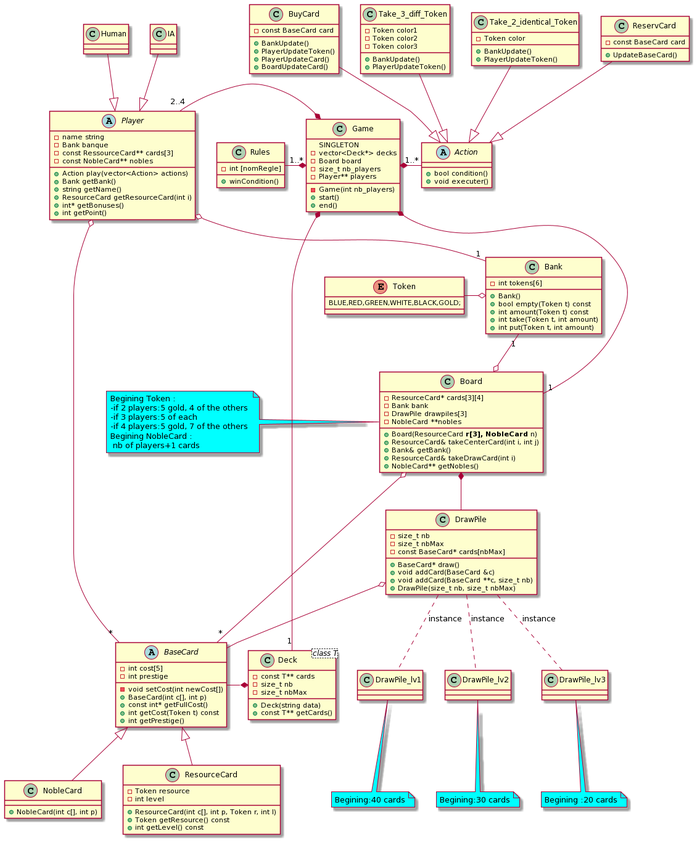
LeCodex/LO21-Splendor keeps this PlantUML diagram as UML.png. Above is the earlier version. The source it was exported from:
```plantuml
@startuml
abstract Player{
-name string
-Bank banque
-const RessourceCard** cards[3]
-const NobleCard** nobles
+Action play(vector<Action> actions)
+Bank getBank()
+string getName()
+ResourceCard getResourceCard(int i)
+int* getBonuses()
+int getPoint()
}

enum Token{
BLUE,RED,GREEN,WHITE,BLACK,GOLD;
}

class Bank {
-int tokens[6]
+Bank()
+bool empty(Token t) const
+int amount(Token t) const
+int take(Token t, int amount)
+int put(Token t, int amount)
}

abstract BaseCard{
-int cost[5]
-int prestige
-void setCost(int newCost[])
+BaseCard(int c[], int p)
+const int* getFullCost()
+int getCost(Token t) const
+int getPrestige()
}

class ResourceCard{
-Token resource
-int level
+ResourceCard(int c[], int p, Token r, int l)
+Token getResource() const
+int getLevel() const
}

class NobleCard{
+NobleCard(int c[], int p)
}

abstract Action{
+bool condition()
+void executer()
}

class Take_2_identical_Token{
-Token color
+BankUpdate()
+PlayerUpdateToken()
}

class ReservCard{
-const BaseCard card
+UpdateBaseCard()
}

class BuyCard{
-const BaseCard card
+BankUpdate()
+PlayerUpdateToken()
+PlayerUpdateCard()
+BoardUpdateCard()
}

class Take_3_diff_Token{
-Token color1
-Token color2
-Token color3
+BankUpdate()
+PlayerUpdateToken()
}

class DrawPile{
-size_t nb
-size_t nbMax
-const BaseCard* cards[nbMax]
+BaseCard* draw()
+void addCard(BaseCard &c)
+void addCard(BaseCard **c, size_t nb)
+DrawPile(size_t nb, size_t nbMax)
}

class Board{
-ResourceCard* cards[3][4]
-Bank bank
-DrawPile drawpiles[3]
-NobleCard **nobles
+Board(ResourceCard** r[3], NobleCard** n)
+ResourceCard& takeCenterCard(int i, int j)
+Bank& getBank()
+ResourceCard& takeDrawCard(int i)
+NobleCard** getNobles()
}

class Deck <class T>{
-const T** cards
-size_t nb
-size_t nbMax
+Deck(string data)
+const T** getCards()
}

class Game{
SINGLETON
-vector<Deck*> decks
-Board board
-size_t nb_players
-Player** players
-Game(int nb_players)
+start()
+end()
}

class Rules{
-int [nomRegle]
+winCondition()
}

Game *-"1..*" Action
Game *-- "1" Deck
Player "2..4"  -*  Game
Game *---"1" Board
Rules "1..*"-* Game
Board o--"*" BaseCard
DrawPile.. DrawPile_lv1  : instance
DrawPile.. DrawPile_lv2 : instance
DrawPile .. DrawPile_lv3 : instance
DrawPile o-- BaseCard
Board *-- DrawPile
BaseCard -* Deck
Bank "1"--o Board
Player o--"1" Bank
Token -o Bank
BaseCard <|-- NobleCard
BaseCard <|-- ResourceCard
Human --|> Player
IA --|> Player
Take_3_diff_Token --|> Action
Take_2_identical_Token --|> Action
BuyCard--|> Action
ReservCard--|> Action

Player o--"*"BaseCard



note left of Board #aqua: Begining Token : \n-if 2 players:5 gold, 4 of the others \n-if 3 players:5 of each \n-if 4 players:5 gold, 7 of the others \nBegining NobleCard : \n nb of players+1 cards
note bottom of DrawPile_lv3 #aqua: Begining :20 cards
note bottom of DrawPile_lv2 #aqua: Begining:30 cards
note bottom of DrawPile_lv1 #aqua: Begining:40 cards
@enduml
```
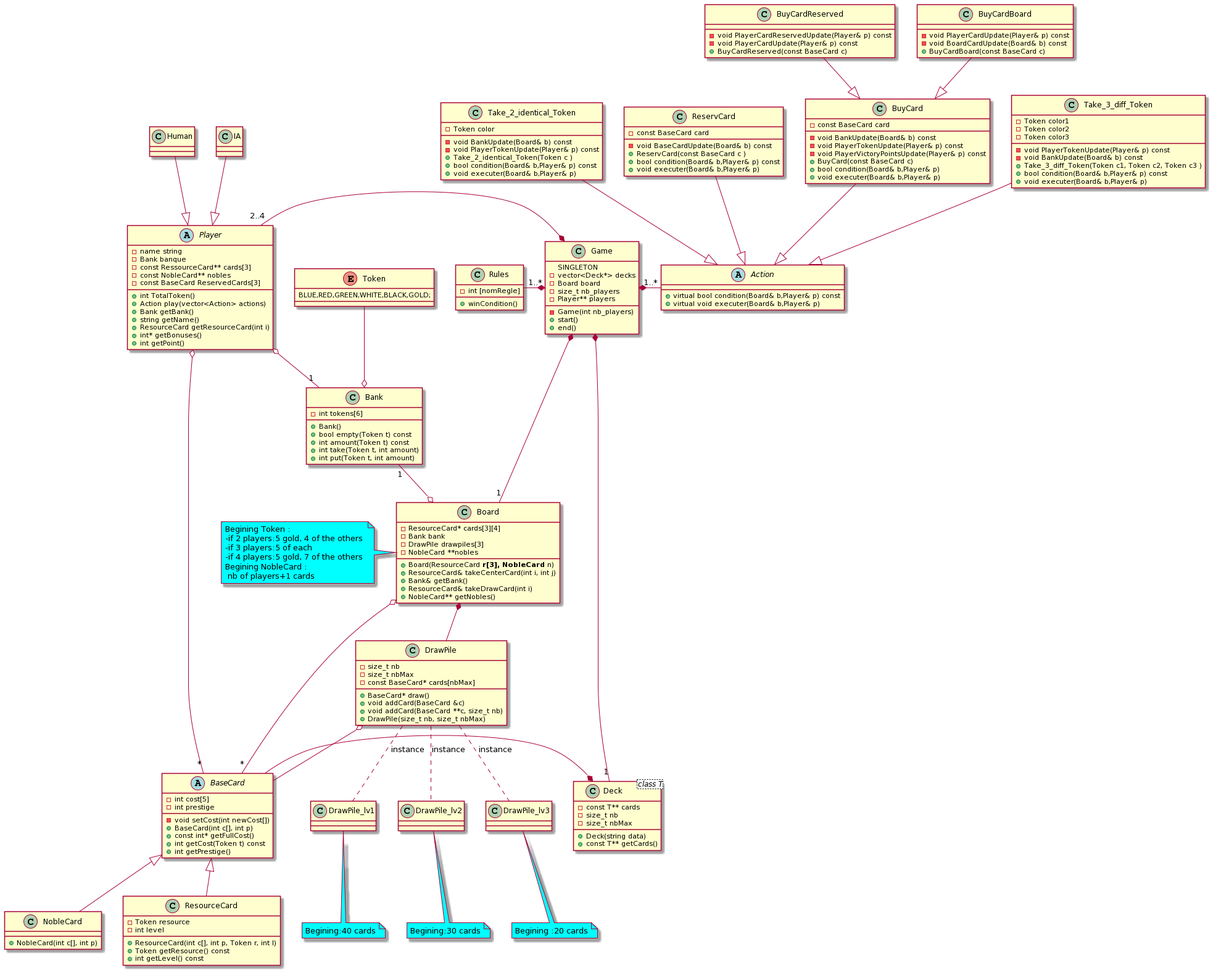
Later version of the same file.

What changed in the source:
```diff
@@ -4,6 +4,8 @@
 -Bank banque
 -const RessourceCard** cards[3]
 -const NobleCard** nobles
+-const BaseCard ReservedCards[3]
++int TotalToken()
 +Action play(vector<Action> actions)
 +Bank getBank()
 +string getName()
@@ -48,35 +50,58 @@
 }
 
 abstract Action{
-+bool condition()
-+void executer()
++virtual bool condition(Board& b,Player& p) const
++virtual void executer(Board& b,Player& p)
 }
 
 class Take_2_identical_Token{
 -Token color
-+BankUpdate()
-+PlayerUpdateToken()
+-void BankUpdate(Board& b) const
+-void PlayerTokenUpdate(Player& p) const
++Take_2_identical_Token(Token c )
++bool condition(Board& b,Player& p) const
++void executer(Board& b,Player& p)
 }
 
 class ReservCard{
 -const BaseCard card
-+UpdateBaseCard()
+-void BaseCardUpdate(Board& b) const
++ReservCard(const BaseCard c )
++bool condition(Board& b,Player& p) const
++void executer(Board& b,Player& p)
 }
 
 class BuyCard{
 -const BaseCard card
-+BankUpdate()
-+PlayerUpdateToken()
-+PlayerUpdateCard()
-+BoardUpdateCard()
+-void BankUpdate(Board& b) const
+-void PlayerTokenUpdate(Player& p) const
+-void PlayerVictoryPointsUpdate(Player& p) const
++BuyCard(const BaseCard c)
++bool condition(Board& b,Player& p)
++void executer(Board& b,Player& p)
+}
+
+class BuyCardReserved{
+-void PlayerCardReservedUpdate(Player& p) const
+-void PlayerCardUpdate(Player& p) const
++BuyCardReserved(const BaseCard c)
+}
+
+class BuyCardBoard{
+-void PlayerCardUpdate(Player& p) const
+-void BoardCardUpdate(Board& b) const
++BuyCardBoard(const BaseCard c)
 }
 
 class Take_3_diff_Token{
 -Token color1
 -Token color2
 -Token color3
-+BankUpdate()
-+PlayerUpdateToken()
+-void PlayerTokenUpdate(Player& p) const
+-void BankUpdate(Board& b) const
++Take_3_diff_Token(Token c1, Token c2, Token c3 )
++bool condition(Board& b,Player& p) const
++void executer(Board& b,Player& p)
 }
 
 class DrawPile{
@@ -139,7 +164,7 @@
 BaseCard -* Deck
 Bank "1"--o Board
 Player o--"1" Bank
-Token -o Bank
+Token --o Bank
 BaseCard <|-- NobleCard
 BaseCard <|-- ResourceCard
 Human --|> Player
@@ -148,6 +173,9 @@
 Take_2_identical_Token --|> Action
 BuyCard--|> Action
 ReservCard--|> Action
+
+BuyCardReserved--|> BuyCard
+BuyCardBoard--|>BuyCard
 
 Player o--"*"BaseCard
 
```
